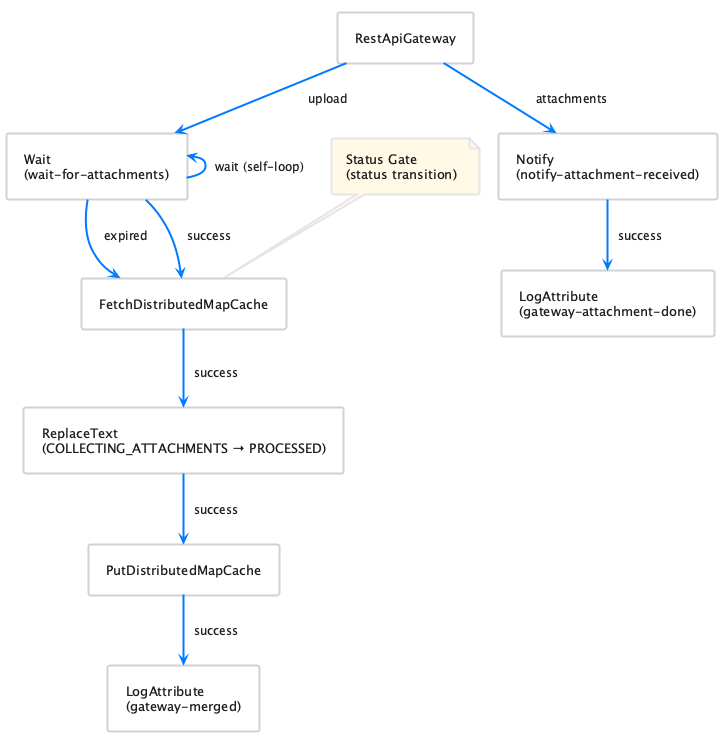
Above: doc/plantuml/attachment-flow.png in cuioss/nifi-extensions (PlantUML), before the change.
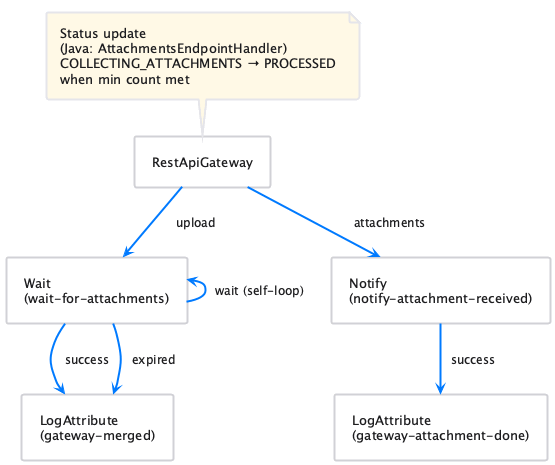
Later version of the same file.

Diff of the diagram source:
```diff
@@ -6,10 +6,7 @@
 rectangle "Wait\n(wait-for-attachments)" as wait
 rectangle "Notify\n(notify-attachment-received)" as notify
 
-note "Status Gate\n(status transition)" as n1
-rectangle "FetchDistributedMapCache" as fetch
-rectangle "ReplaceText\n(COLLECTING_ATTACHMENTS → PROCESSED)" as replace
-rectangle "PutDistributedMapCache" as put
+note "Status update\n(Java: AttachmentsEndpointHandler)\nCOLLECTING_ATTACHMENTS → PROCESSED\nwhen min count met" as n1
 rectangle "LogAttribute\n(gateway-merged)" as logMerged
 
 rectangle "LogAttribute\n(gateway-attachment-done)" as logAttach
@@ -17,12 +14,9 @@
 gw -down-> wait : upload
 gw -down-> notify : attachments
 wait -left-> wait : wait (self-loop)
-wait -down-> fetch : success
-wait -down-> fetch : expired
+wait -down-> logMerged : success
+wait -down-> logMerged : expired
 notify -down-> logAttach : success
-fetch -down-> replace : success
-replace -down-> put : success
-put -down-> logMerged : success
 
-n1 .. fetch
+n1 .. gw
 @enduml
```
